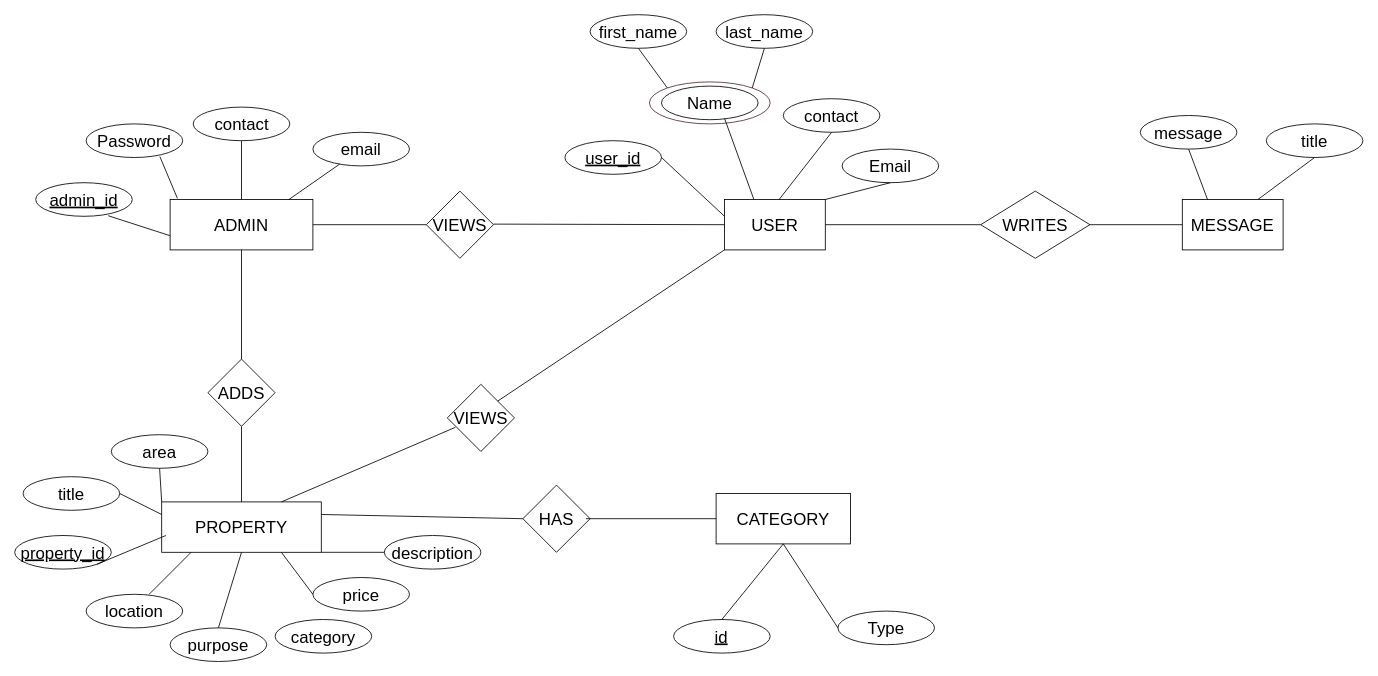
Earlier version of the draw.io diagram Documentation/er.drawio (Suresh-Tamang/propertylord). Source tidied: cells renumbered, new cells numbered last; positions are measured from the earlier drawing's top-left corner, leaving out a move shared by most shapes. Both pictures are drawn from the tidied source at 84%, with x=0, y=0 at pixel (14, 14).
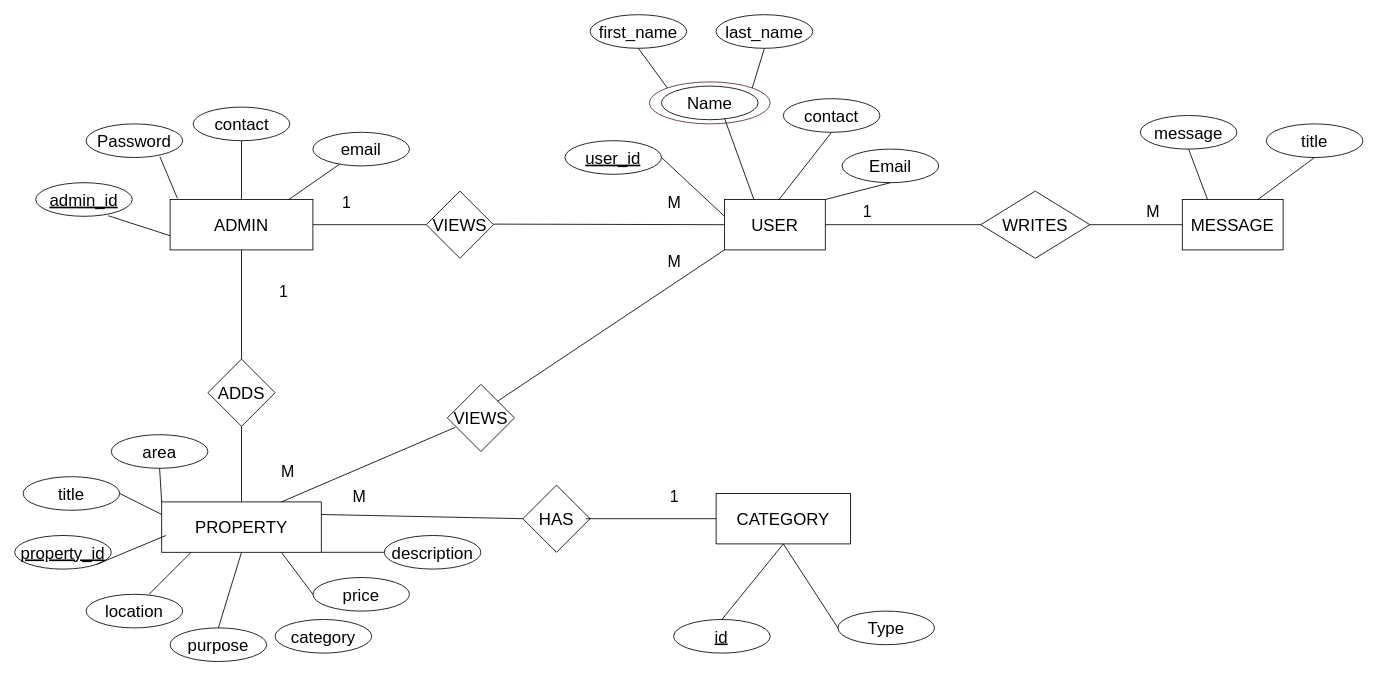
The same page after the edit.

The edit, as a diff of the source:
```diff
@@
+    <mxCell id="66" value="1" style="text;html=1;align=center;verticalAlign=middle;strokeColor=none;fillColor=none;fontSize=19;" parent="1" vertex="1">
+      <mxGeometry x="380" y="205" width="30" height="40" as="geometry" />
+    </mxCell>
+    <mxCell id="67" value="M" style="text;html=1;align=center;verticalAlign=middle;strokeColor=none;fillColor=none;fontSize=19;" parent="1" vertex="1">
+      <mxGeometry x="765" y="275" width="40" height="40" as="geometry" />
+    </mxCell>
+    <mxCell id="68" value="M" style="text;html=1;align=center;verticalAlign=middle;strokeColor=none;fillColor=none;fontSize=19;" parent="1" vertex="1">
+      <mxGeometry x="1335" y="215" width="40" height="40" as="geometry" />
+    </mxCell>
+    <mxCell id="69" value="1" style="text;html=1;align=center;verticalAlign=middle;strokeColor=none;fillColor=none;fontSize=19;" parent="1" vertex="1">
+      <mxGeometry x="1000" y="215" width="30" height="40" as="geometry" />
+    </mxCell>
+    <mxCell id="70" value="M" style="text;html=1;align=center;verticalAlign=middle;strokeColor=none;fillColor=none;fontSize=19;" parent="1" vertex="1">
+      <mxGeometry x="765" y="205" width="40" height="40" as="geometry" />
+    </mxCell>
+    <mxCell id="71" value="M" style="text;html=1;align=center;verticalAlign=middle;strokeColor=none;fillColor=none;fontSize=19;" parent="1" vertex="1">
+      <mxGeometry x="305" y="525" width="40" height="40" as="geometry" />
+    </mxCell>
+    <mxCell id="72" value="M" style="text;html=1;align=center;verticalAlign=middle;strokeColor=none;fillColor=none;fontSize=19;" parent="1" vertex="1">
+      <mxGeometry x="390" y="555" width="40" height="40" as="geometry" />
+    </mxCell>
+    <mxCell id="73" value="1" style="text;html=1;align=center;verticalAlign=middle;strokeColor=none;fillColor=none;fontSize=19;" parent="1" vertex="1">
+      <mxGeometry x="770" y="555" width="30" height="40" as="geometry" />
+    </mxCell>
+    <mxCell id="74" value="1" style="text;html=1;align=center;verticalAlign=middle;strokeColor=none;fillColor=none;fontSize=19;" parent="1" vertex="1">
+      <mxGeometry x="305" y="310" width="30" height="40" as="geometry" />
+    </mxCell>
```
